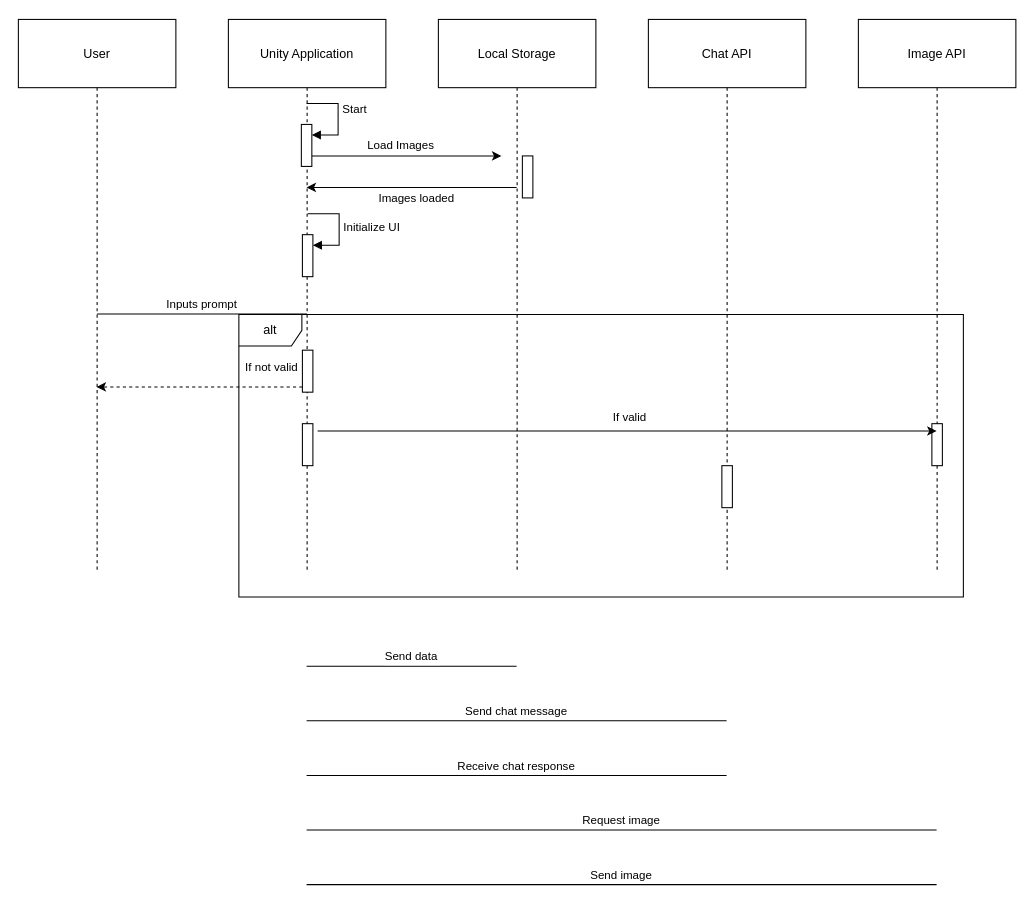
Above: sequence_diagram_uml.drawio in vihemy/dinide (draw.io), before the change. Source tidied: cells renumbered, new cells numbered last; positions are measured from the earlier drawing's top-left corner, leaving out a move shared by most shapes. Both pictures are drawn from the tidied source at 105%, with x=0, y=0 at pixel (18, 19).
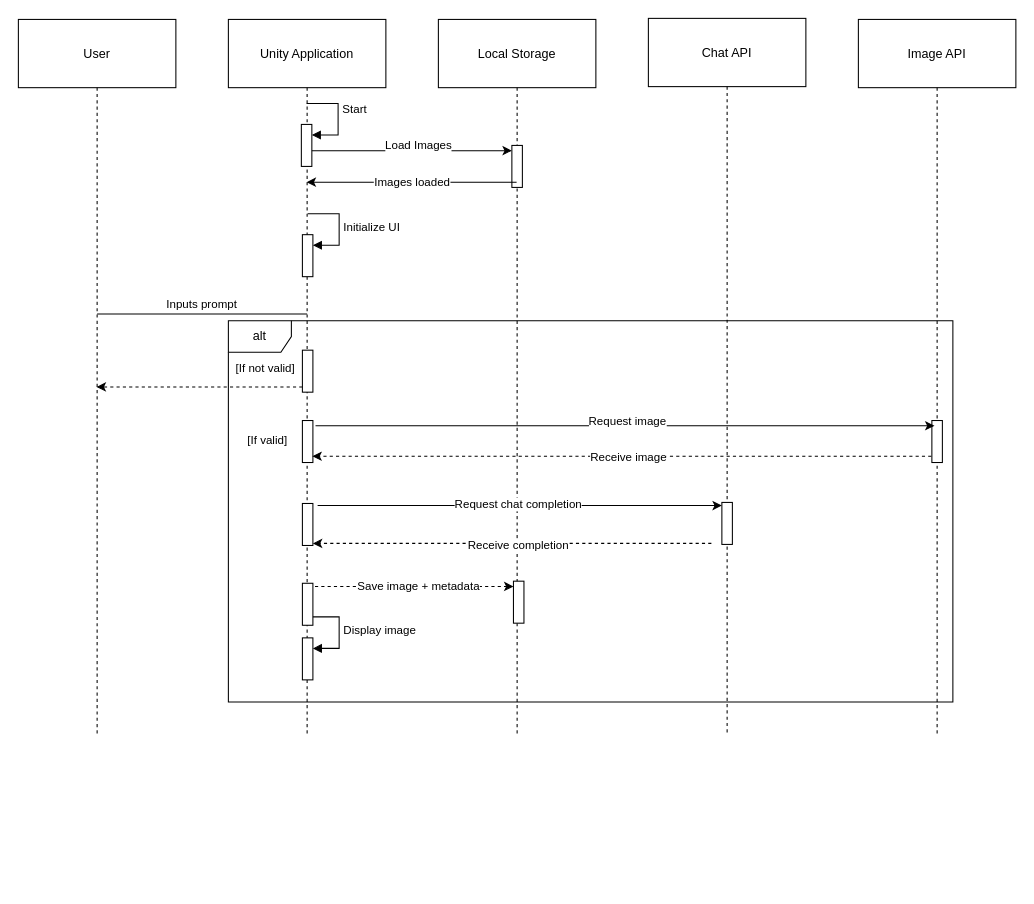
After the change.

Commit message:
add user input

The edit, as a diff of the source:
```diff
@@
     <mxCell id="2" value="User" style="shape=umlLifeline;perimeter=lifelinePerimeter;whiteSpace=wrap;outlineConnect=0;portConstraint=eastwest;newEdgeStyle={&quot;edgeStyle&quot;:&quot;elbowEdgeStyle&quot;,&quot;elbow&quot;:&quot;vertical&quot;,&quot;curved&quot;:0,&quot;rounded&quot;:0};size=65;" parent="1" vertex="1">
-      <mxGeometry width="150" height="524" as="geometry" />
+      <mxGeometry width="150" height="680" as="geometry" />
     </mxCell>
-    <mxCell id="3" value="&lt;div&gt;Load Images&lt;/div&gt;" style="edgeStyle=elbowEdgeStyle;rounded=0;jettySize=auto;html=1;elbow=vertical;curved=0;" parent="1" edge="1" source="4">
-      <mxGeometry x="-0.04" y="10" relative="1" as="geometry">
-        <mxPoint x="460" y="130" as="targetPoint" />
-      </mxGeometry>
+    <mxCell id="3" value="&lt;div&gt;Load Images&lt;/div&gt;" style="edgeStyle=elbowEdgeStyle;rounded=0;jettySize=auto;html=1;elbow=vertical;curved=0;entryX=0;entryY=0;entryDx=0;entryDy=5;entryPerimeter=0;" parent="1" edge="1" source="4" target="23">
+      <mxGeometry x="0.08" y="5" relative="1" as="geometry" />
     </mxCell>
     <mxCell id="4" value="Unity Application" style="shape=umlLifeline;perimeter=lifelinePerimeter;whiteSpace=wrap;outlineConnect=0;portConstraint=eastwest;newEdgeStyle={&quot;edgeStyle&quot;:&quot;elbowEdgeStyle&quot;,&quot;elbow&quot;:&quot;vertical&quot;,&quot;curved&quot;:0,&quot;rounded&quot;:0};size=65;" parent="1" vertex="1">
-      <mxGeometry x="200" width="150" height="524" as="geometry" />
+      <mxGeometry x="200" width="150" height="680" as="geometry" />
     </mxCell>
@@
     <mxCell id="7" value="Local Storage" style="shape=umlLifeline;perimeter=lifelinePerimeter;whiteSpace=wrap;newEdgeStyle={&quot;edgeStyle&quot;:&quot;elbowEdgeStyle&quot;,&quot;elbow&quot;:&quot;vertical&quot;,&quot;curved&quot;:0,&quot;rounded&quot;:0};size=65;" parent="1" vertex="1">
-      <mxGeometry x="400" width="150" height="524" as="geometry" />
+      <mxGeometry x="400" width="150" height="680" as="geometry" />
     </mxCell>
+    <mxCell id="23" style="html=1;points=[[0,0,0,0,5],[0,1,0,0,-5],[1,0,0,0,5],[1,1,0,0,-5]];perimeter=orthogonalPerimeter;outlineConnect=0;targetShapes=umlLifeline;portConstraint=eastwest;newEdgeStyle={&quot;curved&quot;:0,&quot;rounded&quot;:0};" parent="7" vertex="1">
+      <mxGeometry x="70" y="120" width="10" height="40" as="geometry" />
+    </mxCell>
     <mxCell id="8" value="Chat API" style="shape=umlLifeline;perimeter=lifelinePerimeter;whiteSpace=wrap;newEdgeStyle={&quot;edgeStyle&quot;:&quot;elbowEdgeStyle&quot;,&quot;elbow&quot;:&quot;vertical&quot;,&quot;curved&quot;:0,&quot;rounded&quot;:0};size=65;" parent="1" vertex="1">
-      <mxGeometry x="600" width="150" height="524" as="geometry" />
+      <mxGeometry x="600" y="-1" width="150" height="681" as="geometry" />
     </mxCell>
     <mxCell id="9" style="html=1;perimeter=orthogonalPerimeter;targetShapes=umlLifeline;newEdgeStyle={&quot;curved&quot;:0,&quot;rounded&quot;:0};" parent="8" vertex="1">
-      <mxGeometry x="70" y="425" width="10" height="40" as="geometry" />
+      <mxGeometry x="70" y="461" width="10" height="40" as="geometry" />
     </mxCell>
     <mxCell id="10" value="Image API" style="shape=umlLifeline;perimeter=lifelinePerimeter;whiteSpace=wrap;outlineConnect=0;portConstraint=eastwest;newEdgeStyle={&quot;edgeStyle&quot;:&quot;elbowEdgeStyle&quot;,&quot;elbow&quot;:&quot;vertical&quot;,&quot;curved&quot;:0,&quot;rounded&quot;:0};size=65;" parent="1" vertex="1">
-      <mxGeometry x="800" width="150" height="524" as="geometry" />
+      <mxGeometry x="800" width="150" height="680" as="geometry" />
     </mxCell>
     <mxCell id="11" style="html=1;perimeter=orthogonalPerimeter;targetShapes=umlLifeline;newEdgeStyle={&quot;curved&quot;:0,&quot;rounded&quot;:0};" parent="10" vertex="1">
-      <mxGeometry x="70" y="385" width="10" height="40" as="geometry" />
+      <mxGeometry x="70" y="382" width="10" height="40" as="geometry" />
     </mxCell>
-    <mxCell id="12" value="Send data" style="verticalAlign=bottom;endArrow=block;edgeStyle=elbowEdgeStyle;elbow=vertical;curved=0;rounded=0;endArrow=none;" parent="1" edge="1">
-      <mxGeometry relative="1" as="geometry">
-        <mxPoint x="474.5" y="616" as="sourcePoint" />
-        <mxPoint x="274.5" y="616" as="targetPoint" />
-        <Array as="points">
-          <mxPoint x="385" y="616" />
-        </Array>
-      </mxGeometry>
-    </mxCell>
-    <mxCell id="13" value="Send chat message" style="verticalAlign=bottom;endArrow=block;edgeStyle=elbowEdgeStyle;elbow=vertical;curved=0;rounded=0;endArrow=none;" parent="1" edge="1">
-      <mxGeometry relative="1" as="geometry">
-        <mxPoint x="274.5" y="668" as="sourcePoint" />
-        <mxPoint x="674.5" y="668" as="targetPoint" />
-        <Array as="points">
-          <mxPoint x="485" y="668" />
-        </Array>
-      </mxGeometry>
-    </mxCell>
-    <mxCell id="14" value="Receive chat response" style="verticalAlign=bottom;endArrow=block;edgeStyle=elbowEdgeStyle;elbow=vertical;curved=0;rounded=0;endArrow=none;" parent="1" edge="1">
-      <mxGeometry relative="1" as="geometry">
-        <mxPoint x="674.5" y="720" as="sourcePoint" />
-        <mxPoint x="274.5" y="720" as="targetPoint" />
-        <Array as="points">
-          <mxPoint x="485" y="720" />
-        </Array>
-      </mxGeometry>
-    </mxCell>
-    <mxCell id="15" value="Request image" style="verticalAlign=bottom;endArrow=block;edgeStyle=elbowEdgeStyle;elbow=vertical;curved=0;rounded=0;endArrow=none;" parent="1" edge="1">
-      <mxGeometry relative="1" as="geometry">
-        <mxPoint x="274.5" y="772" as="sourcePoint" />
-        <mxPoint x="874.5" y="772" as="targetPoint" />
-        <Array as="points">
-          <mxPoint x="585" y="772" />
-        </Array>
-      </mxGeometry>
-    </mxCell>
-    <mxCell id="16" value="Send image" style="verticalAlign=bottom;endArrow=block;edgeStyle=elbowEdgeStyle;elbow=vertical;curved=0;rounded=0;endArrow=none;" parent="1" edge="1">
-      <mxGeometry relative="1" as="geometry">
-        <mxPoint x="874.5" y="824" as="sourcePoint" />
-        <mxPoint x="274.5" y="824" as="targetPoint" />
-        <Array as="points">
-          <mxPoint x="585" y="824" />
-        </Array>
-      </mxGeometry>
-    </mxCell>
@@
-    <mxCell id="18" value="Images loaded" style="edgeStyle=elbowEdgeStyle;rounded=0;jettySize=auto;html=1;elbow=vertical;curved=0;" parent="1" edge="1" target="4">
-      <mxGeometry x="-0.04" y="10" relative="1" as="geometry">
-        <mxPoint x="474.5" y="160" as="sourcePoint" />
+    <mxCell id="18" value="Images loaded" style="edgeStyle=elbowEdgeStyle;rounded=0;orthogonalLoop=1;jettySize=auto;html=1;elbow=vertical;curved=0;" parent="1" edge="1">
+      <mxGeometry relative="1" as="geometry">
+        <mxPoint x="474.5" y="155" as="sourcePoint" />
+        <mxPoint x="274.5" y="155" as="targetPoint" />
       </mxGeometry>
     </mxCell>
@@
     <mxCell id="21" value="alt" style="shape=umlFrame;whiteSpace=wrap;html=1;" parent="1" vertex="1">
-      <mxGeometry x="210" y="281" width="690" height="269" as="geometry" />
+      <mxGeometry x="200" y="287" width="690" height="363" as="geometry" />
     </mxCell>
     <mxCell id="22" style="html=1;perimeter=orthogonalPerimeter;targetShapes=umlLifeline;newEdgeStyle={&quot;curved&quot;:0,&quot;rounded&quot;:0};" parent="1" vertex="1">
-      <mxGeometry x="270.5" y="385" width="10" height="40" as="geometry" />
+      <mxGeometry x="270.5" y="382" width="10" height="40" as="geometry" />
     </mxCell>
-    <mxCell id="23" style="html=1;points=[[0,0,0,0,5],[0,1,0,0,-5],[1,0,0,0,5],[1,1,0,0,-5]];perimeter=orthogonalPerimeter;outlineConnect=0;targetShapes=umlLifeline;portConstraint=eastwest;newEdgeStyle={&quot;curved&quot;:0,&quot;rounded&quot;:0};" parent="1" vertex="1">
-      <mxGeometry x="480" y="130" width="10" height="40" as="geometry" />
-    </mxCell>
-    <mxCell id="24" style="edgeStyle=elbowEdgeStyle;rounded=0;jettySize=auto;html=1;elbow=vertical;curved=0;" parent="1" edge="1" target="10">
+    <mxCell id="24" style="edgeStyle=elbowEdgeStyle;rounded=0;orthogonalLoop=1;jettySize=auto;html=1;elbow=vertical;curved=0;" parent="1" edge="1">
       <mxGeometry x="-0.04" y="10" relative="1" as="geometry">
-        <mxPoint x="285" y="392" as="sourcePoint" />
+        <mxPoint x="283" y="387" as="sourcePoint" />
+        <mxPoint x="872.5" y="387" as="targetPoint" />
       </mxGeometry>
     </mxCell>
-    <mxCell id="25" value="&lt;div&gt;If valid&lt;/div&gt;" style="edgeLabel;html=1;align=center;verticalAlign=middle;" parent="24" vertex="1">
+    <mxCell id="25" value="Request image" style="edgeLabel;html=1;align=center;verticalAlign=middle;" parent="24" vertex="1">
       <mxGeometry x="0.24" y="-5" relative="1" as="geometry">
-        <mxPoint x="-69" y="-19" as="offset" />
+        <mxPoint x="-69" y="-10" as="offset" />
       </mxGeometry>
     </mxCell>
@@
-    <mxCell id="27" value="If not valid" style="edgeLabel;html=1;align=center;verticalAlign=middle;" parent="1" vertex="1">
-      <mxGeometry x="240" y="330" as="geometry" />
+    <mxCell id="27" value="[If not valid]" style="edgeLabel;html=1;align=center;verticalAlign=middle;" parent="1" vertex="1">
+      <mxGeometry x="234" y="331" as="geometry" />
     </mxCell>
@@
+    <mxCell id="29" value="[If valid]" style="edgeLabel;html=1;align=center;verticalAlign=middle;" parent="1" vertex="1">
+      <mxGeometry x="236" y="400" as="geometry" />
+    </mxCell>
+    <mxCell id="30" style="html=1;perimeter=orthogonalPerimeter;targetShapes=umlLifeline;newEdgeStyle={&quot;curved&quot;:0,&quot;rounded&quot;:0};" parent="1" vertex="1">
+      <mxGeometry x="270.5" y="461" width="10" height="40" as="geometry" />
+    </mxCell>
+    <mxCell id="31" style="edgeStyle=elbowEdgeStyle;rounded=0;orthogonalLoop=1;jettySize=auto;html=1;elbow=vertical;curved=0;" parent="1" edge="1">
+      <mxGeometry x="-0.04" y="10" relative="1" as="geometry">
+        <mxPoint x="285" y="463" as="sourcePoint" />
+        <mxPoint x="670" y="463" as="targetPoint" />
+      </mxGeometry>
+    </mxCell>
+    <mxCell id="32" value="Request chat completion" style="edgeLabel;html=1;align=center;verticalAlign=middle;" parent="31" vertex="1">
+      <mxGeometry x="0.24" y="-5" relative="1" as="geometry">
+        <mxPoint x="-49" y="-7" as="offset" />
+      </mxGeometry>
+    </mxCell>
+    <mxCell id="33" style="edgeStyle=elbowEdgeStyle;rounded=0;orthogonalLoop=1;jettySize=auto;html=1;elbow=vertical;curved=0;dashed=1;" parent="1" edge="1">
+      <mxGeometry x="-0.04" y="10" relative="1" as="geometry">
+        <mxPoint x="869.5" y="416" as="sourcePoint" />
+        <mxPoint x="280" y="416" as="targetPoint" />
+      </mxGeometry>
+    </mxCell>
+    <mxCell id="34" value="Receive image" style="edgeLabel;html=1;align=center;verticalAlign=middle;" parent="33" vertex="1">
+      <mxGeometry x="0.24" y="-5" relative="1" as="geometry">
+        <mxPoint x="76" y="5" as="offset" />
+      </mxGeometry>
+    </mxCell>
+    <mxCell id="35" style="edgeStyle=elbowEdgeStyle;rounded=0;orthogonalLoop=1;jettySize=auto;html=1;elbow=vertical;curved=0;dashed=1;" parent="1" edge="1">
+      <mxGeometry x="-0.04" y="10" relative="1" as="geometry">
+        <mxPoint x="660" y="499" as="sourcePoint" />
+        <mxPoint x="280.5" y="499" as="targetPoint" />
+      </mxGeometry>
+    </mxCell>
+    <mxCell id="36" value="Receive completion" style="edgeLabel;html=1;align=center;verticalAlign=middle;" parent="35" vertex="1">
+      <mxGeometry x="0.24" y="-5" relative="1" as="geometry">
+        <mxPoint x="50" y="6" as="offset" />
+      </mxGeometry>
+    </mxCell>
+    <mxCell id="37" style="html=1;points=[[0,0,0,0,5],[0,1,0,0,-5],[1,0,0,0,5],[1,1,0,0,-5]];perimeter=orthogonalPerimeter;outlineConnect=0;targetShapes=umlLifeline;portConstraint=eastwest;newEdgeStyle={&quot;curved&quot;:0,&quot;rounded&quot;:0};" parent="1" vertex="1">
+      <mxGeometry x="270.5" y="589" width="10" height="40" as="geometry" />
+    </mxCell>
+    <mxCell id="38" value="Display image" style="html=1;align=left;spacingLeft=2;endArrow=block;rounded=0;edgeStyle=orthogonalEdgeStyle;curved=0;rounded=0;" parent="1" edge="1" target="37">
+      <mxGeometry relative="1" as="geometry">
+        <mxPoint x="275.5" y="569" as="sourcePoint" />
+        <Array as="points">
+          <mxPoint x="305.5" y="599" />
+        </Array>
+      </mxGeometry>
+    </mxCell>
+    <mxCell id="39" value="Save image + metadata" style="edgeStyle=elbowEdgeStyle;rounded=0;orthogonalLoop=1;jettySize=auto;html=1;elbow=vertical;curved=0;entryX=0;entryY=0;entryDx=0;entryDy=5;entryPerimeter=0;dashed=1;" parent="1" edge="1">
+      <mxGeometry x="0.06" relative="1" as="geometry">
+        <mxPoint x="276.5" y="540" as="sourcePoint" />
+        <mxPoint x="471.5" y="540" as="targetPoint" />
+        <mxPoint x="1" as="offset" />
+      </mxGeometry>
+    </mxCell>
+    <mxCell id="40" style="html=1;perimeter=orthogonalPerimeter;targetShapes=umlLifeline;newEdgeStyle={&quot;curved&quot;:0,&quot;rounded&quot;:0};" parent="1" vertex="1">
+      <mxGeometry x="471.5" y="535" width="10" height="40" as="geometry" />
+    </mxCell>
+    <mxCell id="41" style="html=1;perimeter=orthogonalPerimeter;targetShapes=umlLifeline;newEdgeStyle={&quot;curved&quot;:0,&quot;rounded&quot;:0};" parent="1" vertex="1">
+      <mxGeometry x="270.5" y="537" width="10" height="40" as="geometry" />
+    </mxCell>
```
